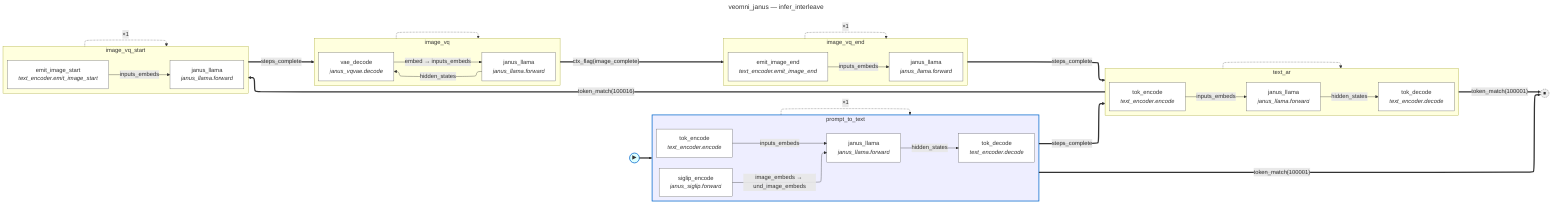
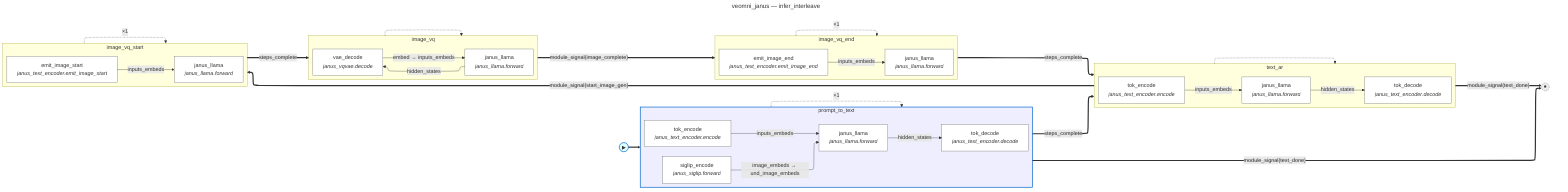
---
title: veomni_janus — infer_interleave
---
%%{init: {'flowchart': {'defaultRenderer': 'elk'}}}%%
flowchart LR
    fsm_start(("▶")):::fsm_start
    fsm_done(("⏹")):::fsm_terminal
    subgraph state_prompt_to_text [prompt_to_text]
        direction LR
        prompt_to_text__siglip_encode["siglip_encode<br/><i>janus_siglip.forward</i>"]:::body_node
        prompt_to_text__janus_llama["janus_llama<br/><i>janus_llama.forward</i>"]:::body_node
-         prompt_to_text__tok_encode["tok_encode<br/><i>text_encoder.encode</i>"]:::body_node
-         prompt_to_text__tok_decode["tok_decode<br/><i>text_encoder.decode</i>"]:::body_node
+         prompt_to_text__tok_encode["tok_encode<br/><i>janus_text_encoder.encode</i>"]:::body_node
+         prompt_to_text__tok_decode["tok_decode<br/><i>janus_text_encoder.decode</i>"]:::body_node
        prompt_to_text__siglip_encode -->|"image_embeds → und_image_embeds"| prompt_to_text__janus_llama
        prompt_to_text__tok_encode -->|"inputs_embeds"| prompt_to_text__janus_llama
        prompt_to_text__janus_llama -->|"hidden_states"| prompt_to_text__tok_decode
    end
    subgraph state_text_ar [text_ar]
        direction LR
-         text_ar__tok_encode["tok_encode<br/><i>text_encoder.encode</i>"]:::body_node
+         text_ar__tok_encode["tok_encode<br/><i>janus_text_encoder.encode</i>"]:::body_node
        text_ar__janus_llama["janus_llama<br/><i>janus_llama.forward</i>"]:::body_node
-         text_ar__tok_decode["tok_decode<br/><i>text_encoder.decode</i>"]:::body_node
+         text_ar__tok_decode["tok_decode<br/><i>janus_text_encoder.decode</i>"]:::body_node
        text_ar__tok_encode -->|"inputs_embeds"| text_ar__janus_llama
        text_ar__janus_llama -->|"hidden_states"| text_ar__tok_decode
    end
    subgraph state_image_vq_start [image_vq_start]
        direction LR
-         image_vq_start__emit_image_start["emit_image_start<br/><i>text_encoder.emit_image_start</i>"]:::body_node
+         image_vq_start__emit_image_start["emit_image_start<br/><i>janus_text_encoder.emit_image_start</i>"]:::body_node
        image_vq_start__janus_llama["janus_llama<br/><i>janus_llama.forward</i>"]:::body_node
        image_vq_start__emit_image_start -->|"inputs_embeds"| image_vq_start__janus_llama
    end
    subgraph state_image_vq [image_vq]
        direction LR
        image_vq__janus_llama["janus_llama<br/><i>janus_llama.forward</i>"]:::body_node
        image_vq__vae_decode["vae_decode<br/><i>janus_vqvae.decode</i>"]:::body_node
        image_vq__janus_llama -->|"hidden_states"| image_vq__vae_decode
        image_vq__vae_decode -->|"embed → inputs_embeds"| image_vq__janus_llama
    end
    subgraph state_image_vq_end [image_vq_end]
        direction LR
-         image_vq_end__emit_image_end["emit_image_end<br/><i>text_encoder.emit_image_end</i>"]:::body_node
+         image_vq_end__emit_image_end["emit_image_end<br/><i>janus_text_encoder.emit_image_end</i>"]:::body_node
        image_vq_end__janus_llama["janus_llama<br/><i>janus_llama.forward</i>"]:::body_node
        image_vq_end__emit_image_end -->|"inputs_embeds"| image_vq_end__janus_llama
    end
    state_prompt_to_text -.->|"×1"| state_prompt_to_text
    state_text_ar -.-> state_text_ar
    state_image_vq_start -.->|"×1"| state_image_vq_start
    state_image_vq -.-> state_image_vq
    state_image_vq_end -.->|"×1"| state_image_vq_end
    fsm_start ==> state_prompt_to_text
-     state_prompt_to_text ==>|"token_match(100001)"| fsm_done
+     state_prompt_to_text ==>|"module_signal(text_done)"| fsm_done
    state_prompt_to_text ==>|"steps_complete"| state_text_ar
-     state_text_ar ==>|"token_match(100016)"| state_image_vq_start
-     state_text_ar ==>|"token_match(100001)"| fsm_done
+     state_text_ar ==>|"module_signal(start_image_gen)"| state_image_vq_start
+     state_text_ar ==>|"module_signal(text_done)"| fsm_done
    state_image_vq_start ==>|"steps_complete"| state_image_vq
-     state_image_vq ==>|"ctx_flag(image_complete)"| state_image_vq_end
+     state_image_vq ==>|"module_signal(image_complete)"| state_image_vq_end
    state_image_vq_end ==>|"steps_complete"| state_text_ar
    classDef body_node fill:#fff,stroke:#666
    classDef fsm_start fill:#dff,stroke:#06c,stroke-width:2px
    classDef fsm_terminal fill:#eee,stroke:#333,stroke-width:1px,stroke-dasharray:3 3
    style state_prompt_to_text fill:#eef,stroke:#06c,stroke-width:2px
